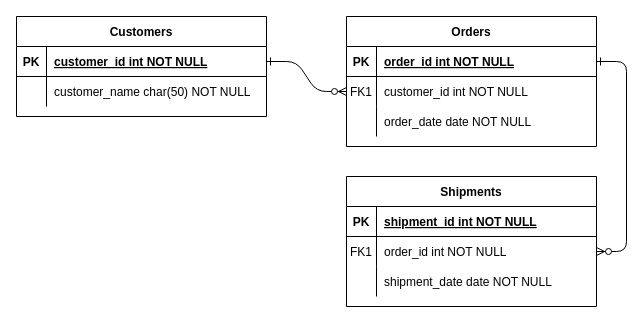
Before: race_multi_tool_erd.drawio in BrandtDavis/race-prep-multi-tool, a draw.io diagram. Source tidied: cells renumbered, new cells numbered last; positions are measured from the earlier drawing's top-left corner, leaving out a move shared by most shapes. Both pictures are drawn from the tidied source at 100%, with x=0, y=0 at pixel (16, 16).
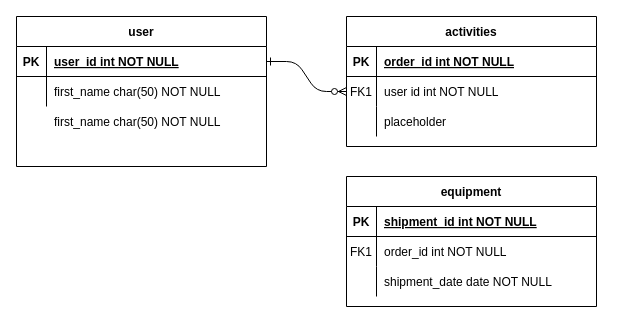
Above is the later version.

Unchanged cells that the change refers to:
```xml
<mxCell id="5" style="shape=partialRectangle;fillColor=none;points=[[0,0.5],[1,0.5]];portConstraint=eastwest;top=0;left=0;right=0;bottom=1;" parent="4" vertex="1">
  <mxGeometry y="30" width="250" height="30" as="geometry" />
</mxCell>
<mxCell id="8" style="shape=partialRectangle;fillColor=none;points=[[0,0.5],[1,0.5]];portConstraint=eastwest;top=0;left=0;right=0;bottom=0;" parent="4" vertex="1">
  <mxGeometry y="60" width="250" height="30" as="geometry" />
</mxCell>
<mxCell id="11" style="shape=partialRectangle;fillColor=none;top=0;left=0;right=0;bottom=0;" parent="4" vertex="1">
  <mxGeometry y="90" width="250" height="30" as="geometry" />
</mxCell>
<mxCell id="18" style="shape=partialRectangle;fillColor=none;points=[[0,0.5],[1,0.5]];portConstraint=eastwest;top=0;left=0;right=0;bottom=0;" parent="14" vertex="1">
  <mxGeometry y="60" width="250" height="30" as="geometry" />
</mxCell>
<mxCell id="25" style="shape=partialRectangle;fillColor=none;points=[[0,0.5],[1,0.5]];portConstraint=eastwest;top=0;left=0;right=0;bottom=1;" parent="24" vertex="1">
  <mxGeometry y="30" width="250" height="30" as="geometry" />
</mxCell>
<mxCell id="28" style="shape=partialRectangle;fillColor=none;top=0;left=0;right=0;bottom=0;" parent="24" vertex="1">
  <mxGeometry y="60" width="250" height="30" as="geometry" />
</mxCell>
```

The edit, as a diff of the source:
```diff
@@
-    <mxCell id="3" style="edgeStyle=entityRelationEdgeStyle;endArrow=ERzeroToMany;startArrow=ERone;endFill=1;startFill=0;" parent="1" edge="1" source="5" target="18">
-      <mxGeometry relative="1" as="geometry" />
-    </mxCell>
-    <mxCell id="4" value="Orders" style="shape=table;startSize=30;childLayout=tableLayout;rowLines=0;fontStyle=1;align=center;" parent="1" vertex="1">
+    <mxCell id="4" value="activities" style="shape=table;startSize=30;childLayout=tableLayout;rowLines=0;fontStyle=1;align=center;" parent="1" vertex="1">
       <mxGeometry x="330" width="250" height="130" as="geometry" />
     </mxCell>
@@
-    <mxCell id="10" value="customer_id int NOT NULL" style="shape=partialRectangle;overflow=hidden;fillColor=none;top=0;left=0;bottom=0;right=0;align=left;spacingLeft=6;" parent="8" vertex="1">
+    <mxCell id="10" value="user id int NOT NULL" style="shape=partialRectangle;overflow=hidden;fillColor=none;top=0;left=0;bottom=0;right=0;align=left;spacingLeft=6;" parent="8" vertex="1">
       <mxGeometry x="30" width="220" height="30" as="geometry" />
     </mxCell>
@@
-    <mxCell id="13" value="order_date date NOT NULL" style="shape=partialRectangle;overflow=hidden;fillColor=none;top=0;left=0;bottom=0;right=0;align=left;spacingLeft=6;" parent="11" vertex="1">
+    <mxCell id="13" value="placeholder" style="shape=partialRectangle;overflow=hidden;fillColor=none;top=0;left=0;bottom=0;right=0;align=left;spacingLeft=6;" parent="11" vertex="1">
       <mxGeometry x="30" width="220" height="30" as="geometry" />
     </mxCell>
-    <mxCell id="14" value="Shipments" style="shape=table;startSize=30;childLayout=tableLayout;rowLines=0;fontStyle=1;align=center;" parent="1" vertex="1">
+    <mxCell id="14" value="equipment" style="shape=table;startSize=30;childLayout=tableLayout;rowLines=0;fontStyle=1;align=center;" parent="1" vertex="1">
       <mxGeometry x="330" y="160" width="250" height="130" as="geometry" />
     </mxCell>
@@
-    <mxCell id="24" value="Customers" style="shape=table;startSize=30;childLayout=tableLayout;rowLines=0;fontStyle=1;align=center;" parent="1" vertex="1">
-      <mxGeometry width="250" height="100" as="geometry" />
+    <mxCell id="24" value="user" style="shape=table;startSize=30;childLayout=tableLayout;rowLines=0;fontStyle=1;align=center;" parent="1" vertex="1">
+      <mxGeometry width="250" height="150" as="geometry" />
     </mxCell>
@@
-    <mxCell id="27" value="customer_id int NOT NULL " style="shape=partialRectangle;overflow=hidden;fillColor=none;top=0;left=0;bottom=0;right=0;align=left;spacingLeft=6;fontStyle=5;" parent="25" vertex="1">
+    <mxCell id="27" value="user_id int NOT NULL " style="shape=partialRectangle;overflow=hidden;fillColor=none;top=0;left=0;bottom=0;right=0;align=left;spacingLeft=6;fontStyle=5;" parent="25" vertex="1">
       <mxGeometry x="30" width="220" height="30" as="geometry" />
     </mxCell>
@@
-    <mxCell id="30" value="customer_name char(50) NOT NULL" style="shape=partialRectangle;overflow=hidden;fillColor=none;top=0;left=0;bottom=0;right=0;align=left;spacingLeft=6;" parent="28" vertex="1">
+    <mxCell id="30" value="first_name char(50) NOT NULL" style="shape=partialRectangle;overflow=hidden;fillColor=none;top=0;left=0;bottom=0;right=0;align=left;spacingLeft=6;" parent="28" vertex="1">
       <mxGeometry x="30" width="220" height="30" as="geometry" />
     </mxCell>
+    <mxCell id="31" value="first_name char(50) NOT NULL" style="shape=partialRectangle;overflow=hidden;fillColor=none;top=0;left=0;bottom=0;right=0;align=left;spacingLeft=6;" parent="1" vertex="1">
+      <mxGeometry x="30" y="90" width="220" height="30" as="geometry" />
+    </mxCell>
```
